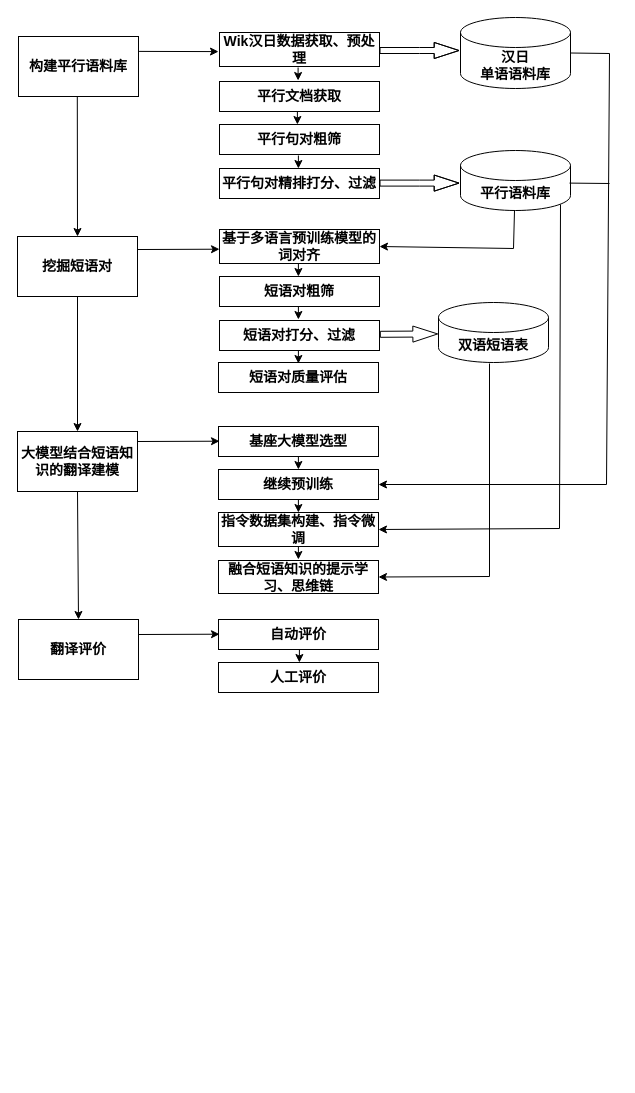
This is 大创2024.drawio from lizezhonglaile/drawio, a draw.io file, before an edit. Source tidied: cells renumbered, new cells numbered last; positions are measured from the earlier drawing's top-left corner, leaving out a move shared by most shapes. Both pictures are drawn from the tidied source at 100%, with x=0, y=0 at pixel (17, 17).
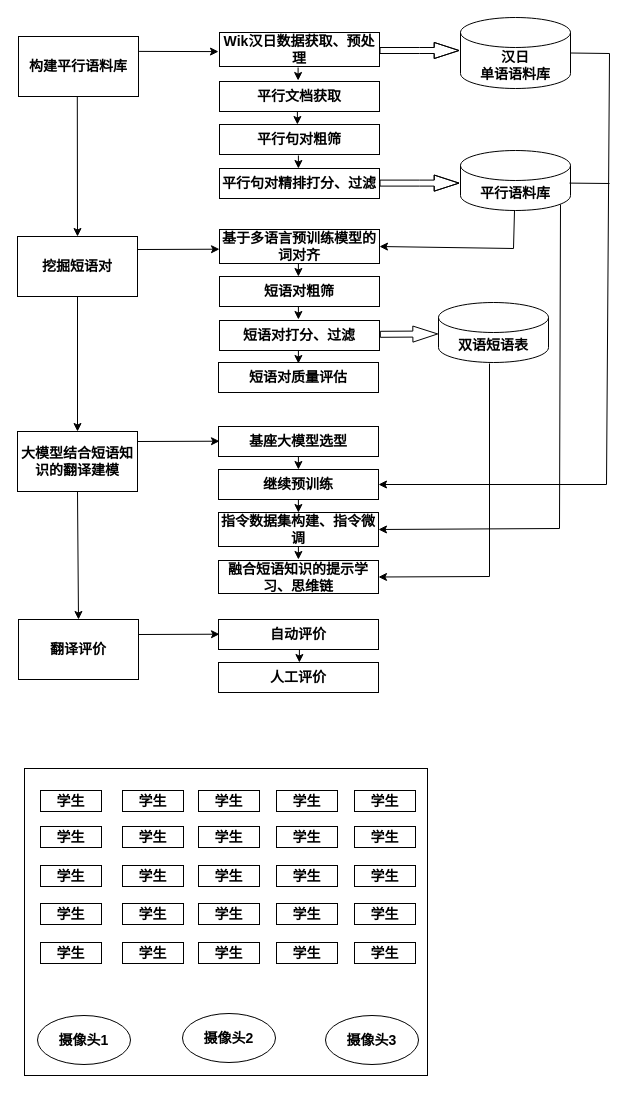
The same page after the edit.

Change to the diagram source:
```diff
@@
+    <mxCell id="48" style="rounded=0;whiteSpace=wrap;html=1;" parent="1" vertex="1">
+      <mxGeometry x="7" y="751" width="403" height="307" as="geometry" />
+    </mxCell>
@@
+    <mxCell id="49" value="&lt;font style=&quot;font-size: 14px;&quot;&gt;&lt;b&gt;学生&lt;/b&gt;&lt;/font&gt;" style="rounded=0;whiteSpace=wrap;html=1;" parent="1" vertex="1">
+      <mxGeometry x="23" y="773" width="61" height="21" as="geometry" />
+    </mxCell>
+    <mxCell id="50" value="&lt;font style=&quot;font-size: 14px;&quot;&gt;&lt;b&gt;学生&lt;/b&gt;&lt;/font&gt;" style="rounded=0;whiteSpace=wrap;html=1;" parent="1" vertex="1">
+      <mxGeometry x="105" y="773" width="61" height="21" as="geometry" />
+    </mxCell>
+    <mxCell id="51" value="&lt;font style=&quot;font-size: 14px;&quot;&gt;&lt;span&gt;学生&lt;/span&gt;&lt;/font&gt;" style="rounded=0;whiteSpace=wrap;html=1;fontStyle=1;" parent="1" vertex="1">
+      <mxGeometry x="181" y="773" width="61" height="21" as="geometry" />
+    </mxCell>
+    <mxCell id="52" value="&lt;font style=&quot;font-size: 14px;&quot;&gt;&lt;span&gt;学生&lt;/span&gt;&lt;/font&gt;" style="rounded=0;whiteSpace=wrap;html=1;fontStyle=1;" parent="1" vertex="1">
+      <mxGeometry x="259" y="773" width="61" height="21" as="geometry" />
+    </mxCell>
+    <mxCell id="53" value="&lt;font style=&quot;font-size: 14px;&quot;&gt;&lt;span&gt;学生&lt;/span&gt;&lt;/font&gt;" style="rounded=0;whiteSpace=wrap;html=1;fontStyle=1;" parent="1" vertex="1">
+      <mxGeometry x="337" y="773" width="61" height="21" as="geometry" />
+    </mxCell>
+    <mxCell id="54" value="&lt;font style=&quot;font-size: 14px;&quot;&gt;&lt;b&gt;学生&lt;/b&gt;&lt;/font&gt;" style="rounded=0;whiteSpace=wrap;html=1;" parent="1" vertex="1">
+      <mxGeometry x="23" y="809" width="61" height="21" as="geometry" />
+    </mxCell>
+    <mxCell id="55" value="&lt;font style=&quot;font-size: 14px;&quot;&gt;&lt;b&gt;学生&lt;/b&gt;&lt;/font&gt;" style="rounded=0;whiteSpace=wrap;html=1;" parent="1" vertex="1">
+      <mxGeometry x="105" y="809" width="61" height="21" as="geometry" />
+    </mxCell>
+    <mxCell id="56" value="&lt;font style=&quot;font-size: 14px;&quot;&gt;&lt;span&gt;学生&lt;/span&gt;&lt;/font&gt;" style="rounded=0;whiteSpace=wrap;html=1;fontStyle=1;" parent="1" vertex="1">
+      <mxGeometry x="181" y="809" width="61" height="21" as="geometry" />
+    </mxCell>
+    <mxCell id="57" value="&lt;font style=&quot;font-size: 14px;&quot;&gt;&lt;span&gt;学生&lt;/span&gt;&lt;/font&gt;" style="rounded=0;whiteSpace=wrap;html=1;fontStyle=1;" parent="1" vertex="1">
+      <mxGeometry x="259" y="809" width="61" height="21" as="geometry" />
+    </mxCell>
+    <mxCell id="58" value="&lt;font style=&quot;font-size: 14px;&quot;&gt;&lt;span&gt;学生&lt;/span&gt;&lt;/font&gt;" style="rounded=0;whiteSpace=wrap;html=1;fontStyle=1;" parent="1" vertex="1">
+      <mxGeometry x="337" y="809" width="61" height="21" as="geometry" />
+    </mxCell>
+    <mxCell id="59" value="&lt;font style=&quot;font-size: 14px;&quot;&gt;&lt;b&gt;学生&lt;/b&gt;&lt;/font&gt;" style="rounded=0;whiteSpace=wrap;html=1;" parent="1" vertex="1">
+      <mxGeometry x="23" y="848" width="61" height="21" as="geometry" />
+    </mxCell>
+    <mxCell id="60" value="&lt;font style=&quot;font-size: 14px;&quot;&gt;&lt;b&gt;学生&lt;/b&gt;&lt;/font&gt;" style="rounded=0;whiteSpace=wrap;html=1;" parent="1" vertex="1">
+      <mxGeometry x="105" y="848" width="61" height="21" as="geometry" />
+    </mxCell>
+    <mxCell id="61" value="&lt;font style=&quot;font-size: 14px;&quot;&gt;&lt;span&gt;学生&lt;/span&gt;&lt;/font&gt;" style="rounded=0;whiteSpace=wrap;html=1;fontStyle=1;" parent="1" vertex="1">
+      <mxGeometry x="181" y="848" width="61" height="21" as="geometry" />
+    </mxCell>
+    <mxCell id="62" value="&lt;font style=&quot;font-size: 14px;&quot;&gt;&lt;span&gt;学生&lt;/span&gt;&lt;/font&gt;" style="rounded=0;whiteSpace=wrap;html=1;fontStyle=1;" parent="1" vertex="1">
+      <mxGeometry x="259" y="848" width="61" height="21" as="geometry" />
+    </mxCell>
+    <mxCell id="63" value="&lt;font style=&quot;font-size: 14px;&quot;&gt;&lt;span&gt;学生&lt;/span&gt;&lt;/font&gt;" style="rounded=0;whiteSpace=wrap;html=1;fontStyle=1;" parent="1" vertex="1">
+      <mxGeometry x="337" y="848" width="61" height="21" as="geometry" />
+    </mxCell>
+    <mxCell id="64" value="&lt;font style=&quot;font-size: 14px;&quot;&gt;&lt;b&gt;学生&lt;/b&gt;&lt;/font&gt;" style="rounded=0;whiteSpace=wrap;html=1;" parent="1" vertex="1">
+      <mxGeometry x="23" y="886" width="61" height="21" as="geometry" />
+    </mxCell>
+    <mxCell id="65" value="&lt;font style=&quot;font-size: 14px;&quot;&gt;&lt;b&gt;学生&lt;/b&gt;&lt;/font&gt;" style="rounded=0;whiteSpace=wrap;html=1;" parent="1" vertex="1">
+      <mxGeometry x="105" y="886" width="61" height="21" as="geometry" />
+    </mxCell>
+    <mxCell id="66" value="&lt;font style=&quot;font-size: 14px;&quot;&gt;&lt;span&gt;学生&lt;/span&gt;&lt;/font&gt;" style="rounded=0;whiteSpace=wrap;html=1;fontStyle=1;" parent="1" vertex="1">
+      <mxGeometry x="181" y="886" width="61" height="21" as="geometry" />
+    </mxCell>
+    <mxCell id="67" value="&lt;font style=&quot;font-size: 14px;&quot;&gt;&lt;span&gt;学生&lt;/span&gt;&lt;/font&gt;" style="rounded=0;whiteSpace=wrap;html=1;fontStyle=1;" parent="1" vertex="1">
+      <mxGeometry x="259" y="886" width="61" height="21" as="geometry" />
+    </mxCell>
+    <mxCell id="68" value="&lt;font style=&quot;font-size: 14px;&quot;&gt;&lt;span&gt;学生&lt;/span&gt;&lt;/font&gt;" style="rounded=0;whiteSpace=wrap;html=1;fontStyle=1;" parent="1" vertex="1">
+      <mxGeometry x="337" y="886" width="61" height="21" as="geometry" />
+    </mxCell>
+    <mxCell id="69" value="&lt;font style=&quot;font-size: 14px;&quot;&gt;&lt;b&gt;学生&lt;/b&gt;&lt;/font&gt;" style="rounded=0;whiteSpace=wrap;html=1;" parent="1" vertex="1">
+      <mxGeometry x="23" y="925" width="61" height="21" as="geometry" />
+    </mxCell>
+    <mxCell id="70" value="&lt;font style=&quot;font-size: 14px;&quot;&gt;&lt;b&gt;学生&lt;/b&gt;&lt;/font&gt;" style="rounded=0;whiteSpace=wrap;html=1;" parent="1" vertex="1">
+      <mxGeometry x="105" y="925" width="61" height="21" as="geometry" />
+    </mxCell>
+    <mxCell id="71" value="&lt;font style=&quot;font-size: 14px;&quot;&gt;&lt;span&gt;学生&lt;/span&gt;&lt;/font&gt;" style="rounded=0;whiteSpace=wrap;html=1;fontStyle=1;" parent="1" vertex="1">
+      <mxGeometry x="181" y="925" width="61" height="21" as="geometry" />
+    </mxCell>
+    <mxCell id="72" value="&lt;font style=&quot;font-size: 14px;&quot;&gt;&lt;span&gt;学生&lt;/span&gt;&lt;/font&gt;" style="rounded=0;whiteSpace=wrap;html=1;fontStyle=1;" parent="1" vertex="1">
+      <mxGeometry x="259" y="925" width="61" height="21" as="geometry" />
+    </mxCell>
+    <mxCell id="73" value="&lt;font style=&quot;font-size: 14px;&quot;&gt;&lt;span&gt;学生&lt;/span&gt;&lt;/font&gt;" style="rounded=0;whiteSpace=wrap;html=1;fontStyle=1;" parent="1" vertex="1">
+      <mxGeometry x="337" y="925" width="61" height="21" as="geometry" />
+    </mxCell>
+    <mxCell id="74" value="&lt;span style=&quot;font-size: 14px;&quot;&gt;&lt;b&gt;摄像头3&lt;/b&gt;&lt;/span&gt;" style="ellipse;whiteSpace=wrap;html=1;" parent="1" vertex="1">
+      <mxGeometry x="308" y="998" width="93" height="49" as="geometry" />
+    </mxCell>
+    <mxCell id="75" value="&lt;span style=&quot;font-size: 14px;&quot;&gt;&lt;b&gt;摄像头1&lt;/b&gt;&lt;/span&gt;" style="ellipse;whiteSpace=wrap;html=1;" parent="1" vertex="1">
+      <mxGeometry x="20" y="998" width="93" height="49" as="geometry" />
+    </mxCell>
+    <mxCell id="76" value="&lt;span style=&quot;font-size: 14px;&quot;&gt;&lt;b&gt;摄像头2&lt;/b&gt;&lt;/span&gt;" style="ellipse;whiteSpace=wrap;html=1;" parent="1" vertex="1">
+      <mxGeometry x="165" y="996" width="93" height="49" as="geometry" />
+    </mxCell>
```
